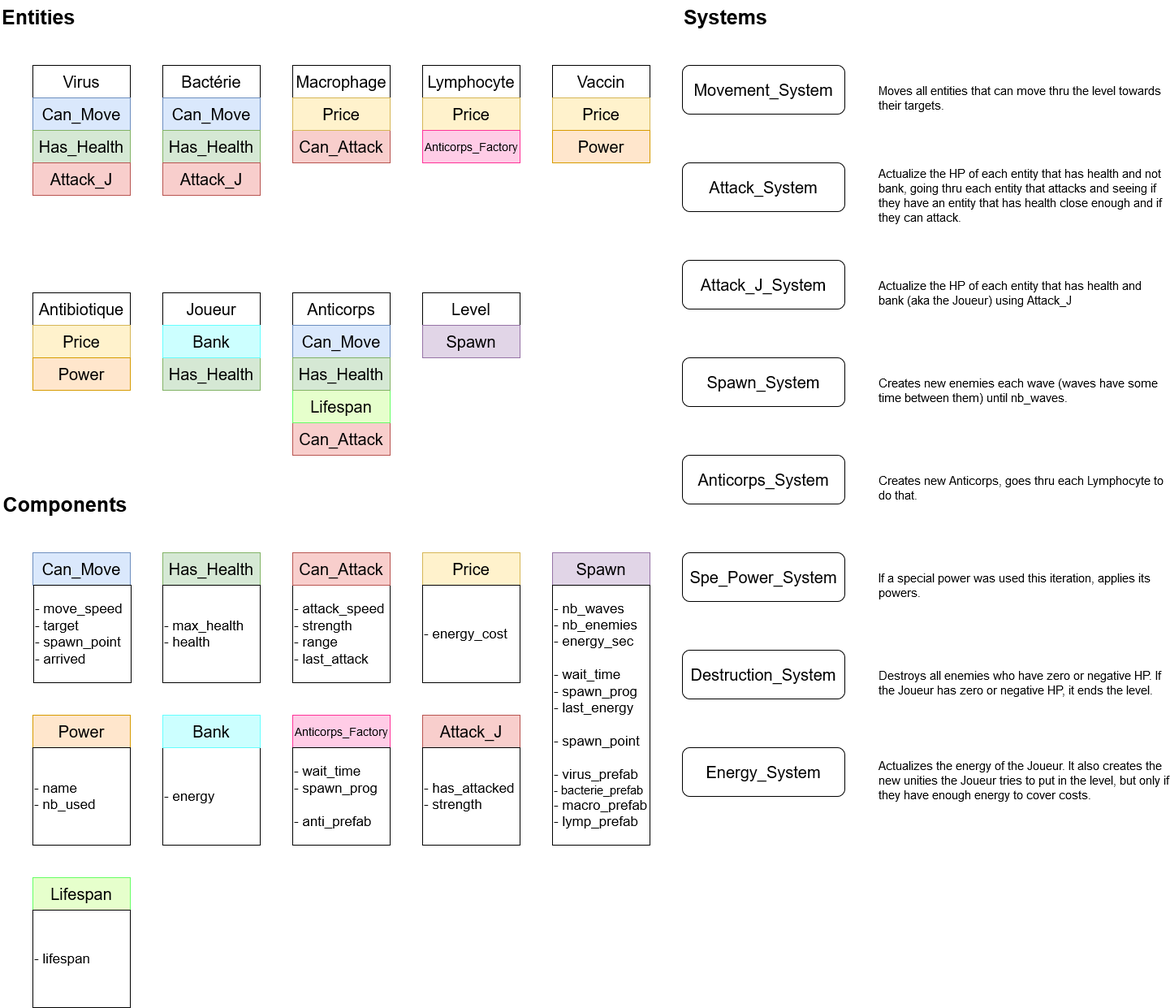
This is entities_components.png from Titanmito/Immunocalypse, a draw.io export, as it was before one commit. Source tidied: cells renumbered, new cells last; positions are measured from the earlier drawing's top-left corner, leaving out a move shared by most shapes.
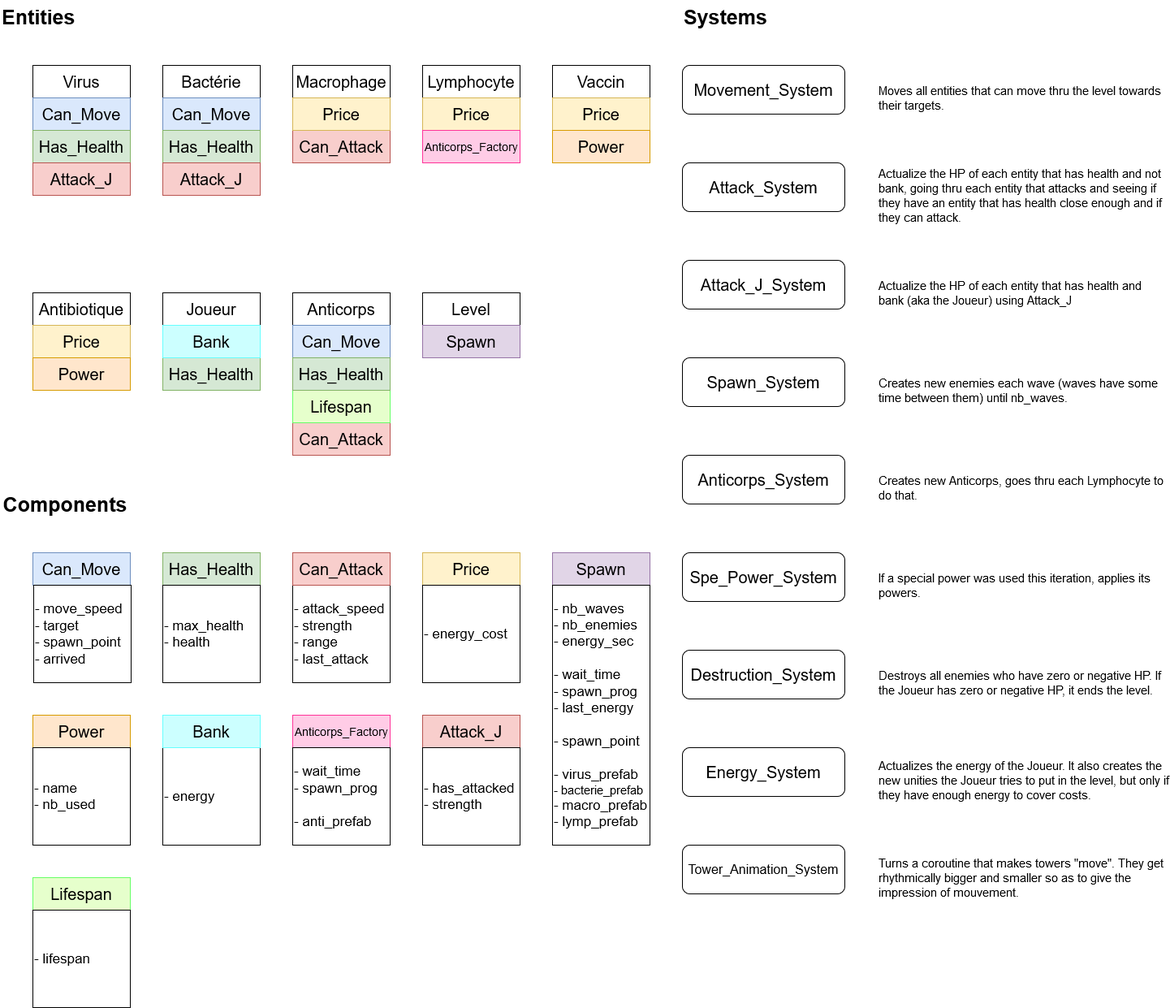
Above is the later version.

What changed in the source:
```diff
@@ -220,5 +220,11 @@
     <mxCell id="73" value="&lt;font style=&quot;font-size: 20px&quot;&gt;Has_Health&lt;/font&gt;" style="rounded=0;whiteSpace=wrap;html=1;fillColor=#d5e8d4;strokeColor=#82b366;" parent="1" vertex="1">
       <mxGeometry x="360" y="440" width="120" height="40" as="geometry" />
     </mxCell>
+    <mxCell id="74" value="&lt;font style=&quot;font-size: 16px&quot;&gt;Tower_Animation_System&lt;/font&gt;" style="rounded=1;whiteSpace=wrap;html=1;" parent="1" vertex="1">
+      <mxGeometry x="840" y="1040" width="200" height="60" as="geometry" />
+    </mxCell>
+    <mxCell id="75" value="Turns a coroutine that makes towers &quot;move&quot;. They get rhythmically bigger and smaller so as to give the impression of mouvement." style="text;html=1;strokeColor=none;fillColor=none;align=left;verticalAlign=middle;whiteSpace=wrap;rounded=0;fontSize=15;" parent="1" vertex="1">
+      <mxGeometry x="1080" y="1040" width="360" height="80" as="geometry" />
+    </mxCell>
   </root>
 </mxGraphModel>
```
